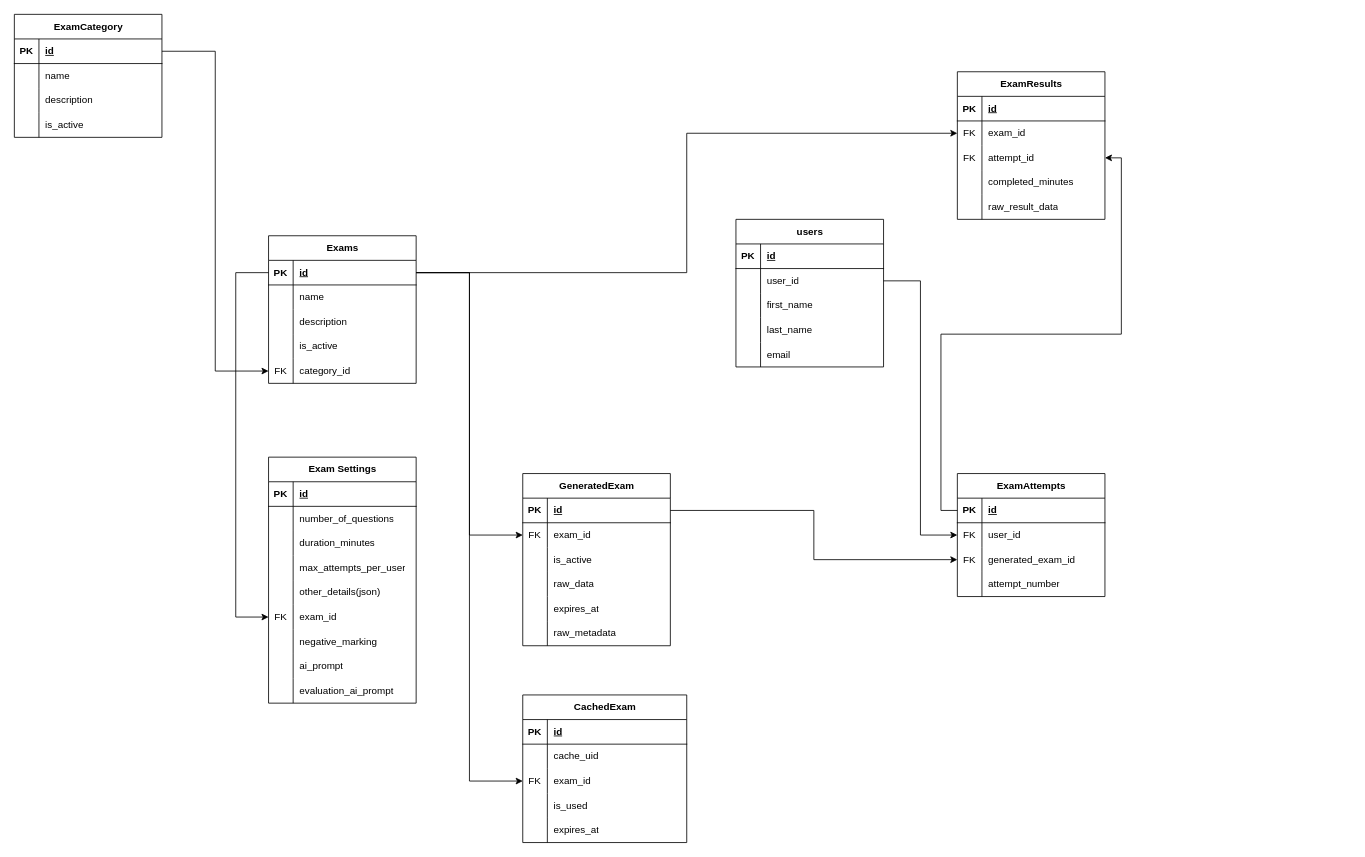
The draw.io diagram page "db schema" (4 of 4) of docs/retest.drawio in Anexca/project-kota, before the edit. Source tidied: cells renumbered, new cells numbered last; positions are measured from the earlier drawing's top-left corner, leaving out a move shared by most shapes. Both pictures are drawn from the tidied source at 82%, with x=0, y=0 at pixel (14, 14).
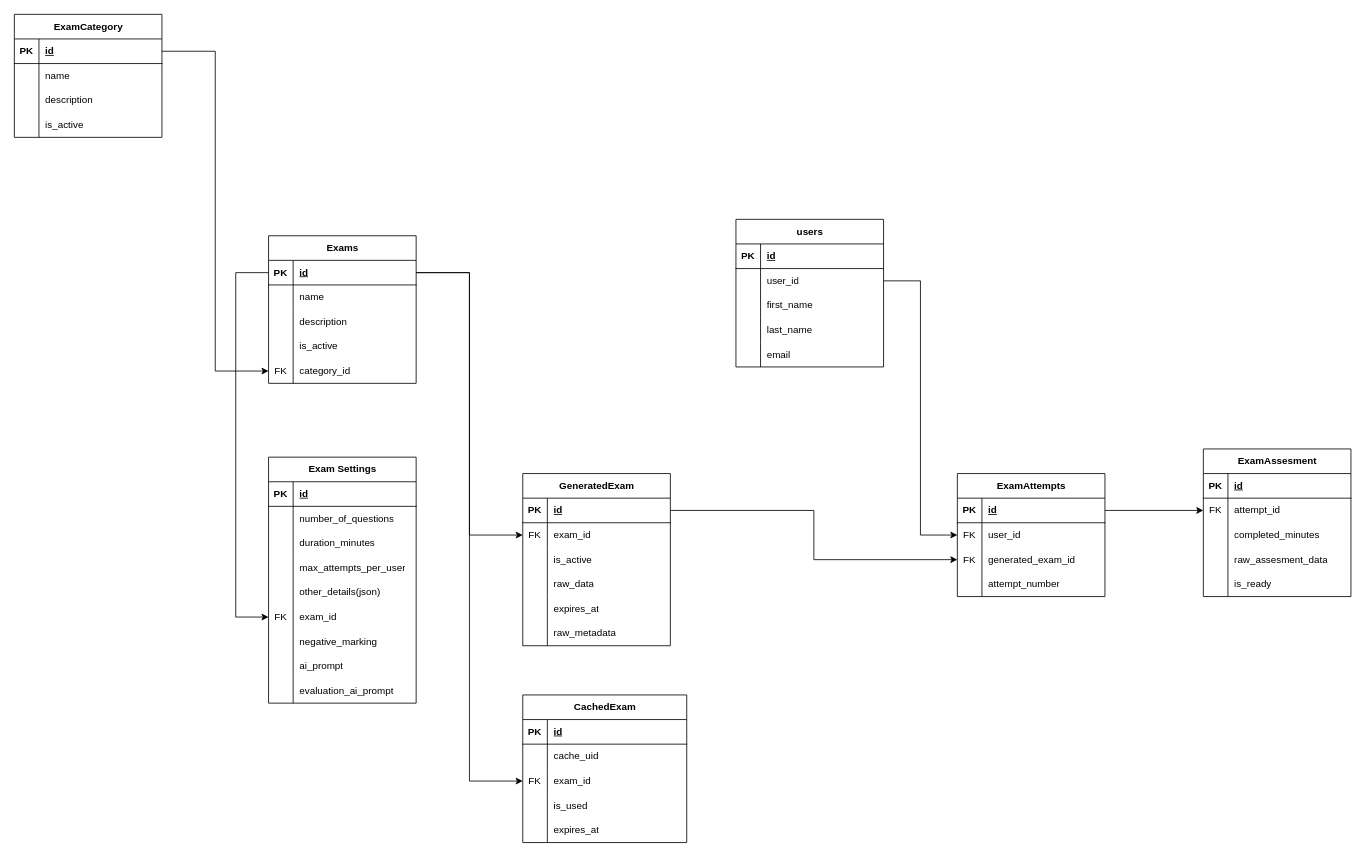
After the change.

Commit message (it also covers changes not shown here):
add an API to initialise assesment

Unchanged cells that the change refers to:
```xml
<mxCell id="16" style="shape=tableRow;horizontal=0;startSize=0;swimlaneHead=0;swimlaneBody=0;fillColor=none;points=[[0,0.5],[1,0.5]];portConstraint=eastwest;top=0;left=0;right=0;bottom=1;" parent="15" vertex="1">
  <mxGeometry y="30" width="180" height="30" as="geometry" />
</mxCell>
```

What changed in the source:
```diff
@@
-    <mxCell id="128" value="ExamResults" style="shape=table;startSize=30;childLayout=tableLayout;rowLines=0;fontStyle=1;align=center;html=1;" parent="1" vertex="1">
-      <mxGeometry x="1150" y="70" width="180" height="180" as="geometry" />
+    <mxCell id="128" value="ExamAssesment" style="shape=table;startSize=30;childLayout=tableLayout;rowLines=0;fontStyle=1;align=center;html=1;" parent="1" vertex="1">
+      <mxGeometry x="1450" y="530" width="180" height="180" as="geometry" />
     </mxCell>
@@
-    <mxCell id="132" style="shape=tableRow;horizontal=0;startSize=0;swimlaneHead=0;swimlaneBody=0;fillColor=none;points=[[0,0.5],[1,0.5]];portConstraint=eastwest;top=0;left=0;right=0;bottom=0;" parent="128" vertex="1">
-      <mxGeometry y="60" width="180" height="30" as="geometry" />
-    </mxCell>
-    <mxCell id="133" value="FK" style="shape=partialRectangle;fillColor=none;top=0;left=0;bottom=0;right=0;overflow=hidden;whiteSpace=wrap;html=1;" parent="132" vertex="1">
-      <mxGeometry width="30" height="30" as="geometry" />
-    </mxCell>
-    <mxCell id="134" value="exam_id" style="shape=partialRectangle;fillColor=none;top=0;left=0;bottom=0;right=0;align=left;spacingLeft=6;overflow=hidden;whiteSpace=wrap;html=1;" parent="132" vertex="1">
-      <mxGeometry x="30" width="150" height="30" as="geometry" />
-    </mxCell>
     <mxCell id="135" style="shape=tableRow;horizontal=0;startSize=0;swimlaneHead=0;swimlaneBody=0;fillColor=none;points=[[0,0.5],[1,0.5]];portConstraint=eastwest;top=0;left=0;right=0;bottom=0;" parent="128" vertex="1">
-      <mxGeometry y="90" width="180" height="30" as="geometry" />
+      <mxGeometry y="60" width="180" height="30" as="geometry" />
     </mxCell>
@@
     <mxCell id="138" style="shape=tableRow;horizontal=0;startSize=0;swimlaneHead=0;swimlaneBody=0;fillColor=none;top=0;left=0;right=0;bottom=0;" parent="128" vertex="1">
-      <mxGeometry y="120" width="180" height="30" as="geometry" />
+      <mxGeometry y="90" width="180" height="30" as="geometry" />
     </mxCell>
@@
     <mxCell id="141" style="shape=tableRow;horizontal=0;startSize=0;swimlaneHead=0;swimlaneBody=0;fillColor=none;top=0;left=0;right=0;bottom=0;" parent="128" vertex="1">
-      <mxGeometry y="150" width="180" height="30" as="geometry" />
+      <mxGeometry y="120" width="180" height="30" as="geometry" />
     </mxCell>
@@
-    <mxCell id="143" value="raw_result_data" style="shape=partialRectangle;fillColor=none;top=0;left=0;bottom=0;right=0;align=left;spacingLeft=6;overflow=hidden;whiteSpace=wrap;html=1;" parent="141" vertex="1">
+    <mxCell id="143" value="raw_assesment_data" style="shape=partialRectangle;fillColor=none;top=0;left=0;bottom=0;right=0;align=left;spacingLeft=6;overflow=hidden;whiteSpace=wrap;html=1;" parent="141" vertex="1">
       <mxGeometry x="30" width="150" height="30" as="geometry" />
     </mxCell>
+    <mxCell id="147" style="shape=tableRow;horizontal=0;startSize=0;swimlaneHead=0;swimlaneBody=0;fillColor=none;top=0;left=0;right=0;bottom=0;" parent="128" vertex="1">
+      <mxGeometry y="150" width="180" height="30" as="geometry" />
+    </mxCell>
+    <mxCell id="148" style="shape=partialRectangle;fillColor=none;top=0;left=0;bottom=0;right=0;overflow=hidden;whiteSpace=wrap;html=1;" parent="147" vertex="1">
+      <mxGeometry width="30" height="30" as="geometry" />
+    </mxCell>
+    <mxCell id="149" value="is_ready" style="shape=partialRectangle;fillColor=none;top=0;left=0;bottom=0;right=0;align=left;spacingLeft=6;overflow=hidden;whiteSpace=wrap;html=1;" parent="147" vertex="1">
+      <mxGeometry x="30" width="150" height="30" as="geometry" />
+    </mxCell>
@@
-    <mxCell id="145" style="edgeStyle=orthogonalEdgeStyle;rounded=0;jettySize=auto;html=1;" parent="1" edge="1" source="16" target="132">
-      <mxGeometry relative="1" as="geometry" />
-    </mxCell>
```
